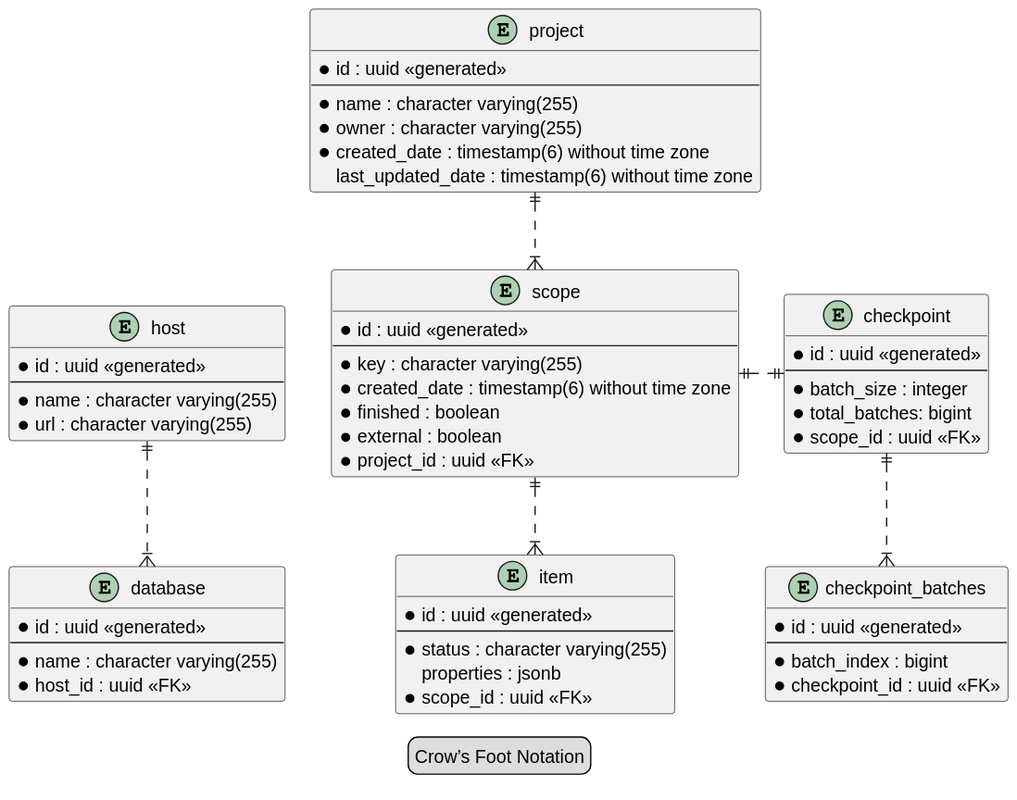
Above: data-migration-documentation/src/main/images/databaseModel.svg in TuncerCatalkaya/data-migration (PlantUML), before the change.
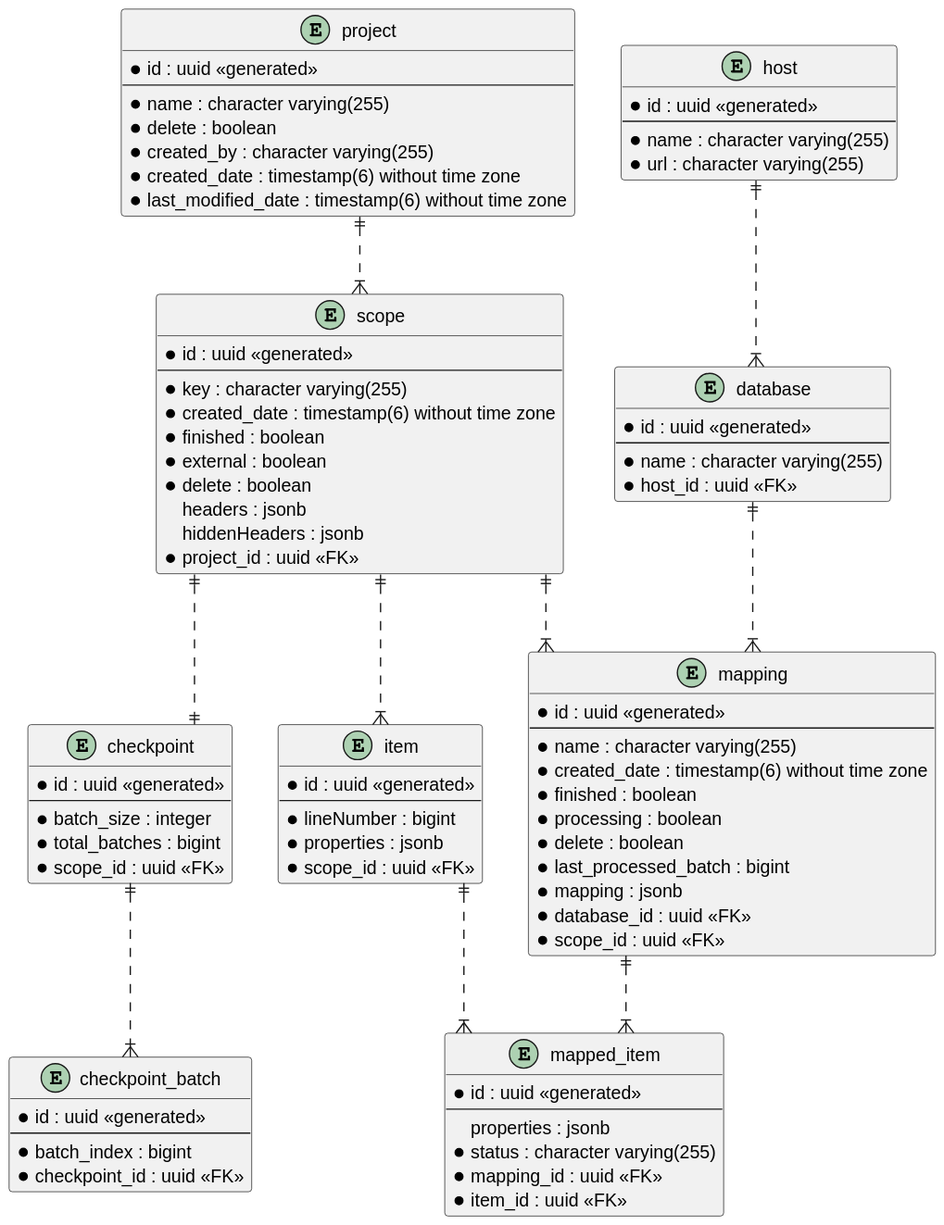
After the commit.

Diff of the diagram source:
```diff
@@ -1,13 +1,14 @@
 @startuml
-legend Crow’s Foot Notation
+skinparam linetype ortho
 
 entity project {
     * id : uuid <<generated>>
     --
     * name : character varying(255)
-    * owner : character varying(255)
+    * delete : boolean
+    * created_by : character varying(255)
     * created_date : timestamp(6) without time zone
-    last_updated_date : timestamp(6) without time zone
+    * last_modified_date : timestamp(6) without time zone
 }
 
 entity scope {
@@ -17,14 +18,17 @@
     * created_date : timestamp(6) without time zone
     * finished : boolean
     * external : boolean
+    * delete : boolean
+    headers : jsonb
+    hiddenHeaders : jsonb
     * project_id : uuid <<FK>>
 }
 
 entity item {
     * id : uuid <<generated>>
     --
-    * status : character varying(255)
-    properties : jsonb
+    * lineNumber : bigint
+    * properties : jsonb
     * scope_id : uuid <<FK>>
 }
 
@@ -32,11 +36,11 @@
     * id : uuid <<generated>>
     --
     * batch_size : integer
-    * total_batches: bigint
+    * total_batches : bigint
     * scope_id : uuid <<FK>>
 }
 
-entity checkpoint_batches {
+entity checkpoint_batch {
     * id : uuid <<generated>>
     --
     * batch_index : bigint
@@ -50,6 +54,20 @@
     * url : character varying(255)
 }
 
+entity mapping {
+    * id : uuid <<generated>>
+    --
+    * name : character varying(255)
+    * created_date : timestamp(6) without time zone
+    * finished : boolean
+    * processing : boolean
+    * delete : boolean
+    * last_processed_batch : bigint
+    * mapping : jsonb
+    * database_id : uuid <<FK>>
+    * scope_id : uuid <<FK>>
+}
+
 entity database {
     * id : uuid <<generated>>
     --
@@ -57,14 +75,25 @@
     * host_id : uuid <<FK>>
 }
 
+entity mapped_item {
+    * id : uuid <<generated>>
+    --
+    properties : jsonb
+    * status : character varying(255)
+    * mapping_id : uuid <<FK>>
+    * item_id : uuid <<FK>>
+}
+
 project ||..|{ scope
 scope ||..|{ item
 
-scope ||.|| checkpoint
+scope ||..|| checkpoint
+checkpoint ||..|{ checkpoint_batch
 
-checkpoint ||..|{ checkpoint_batches
+database ||..|{ mapping
+host ||..|{ database
+scope ||..|{ mapping
 
-host ||..|{ database
-
-host -[hidden]> scope
+item ||..|{ mapped_item
+mapping ||..|{ mapped_item
 @enduml
```
